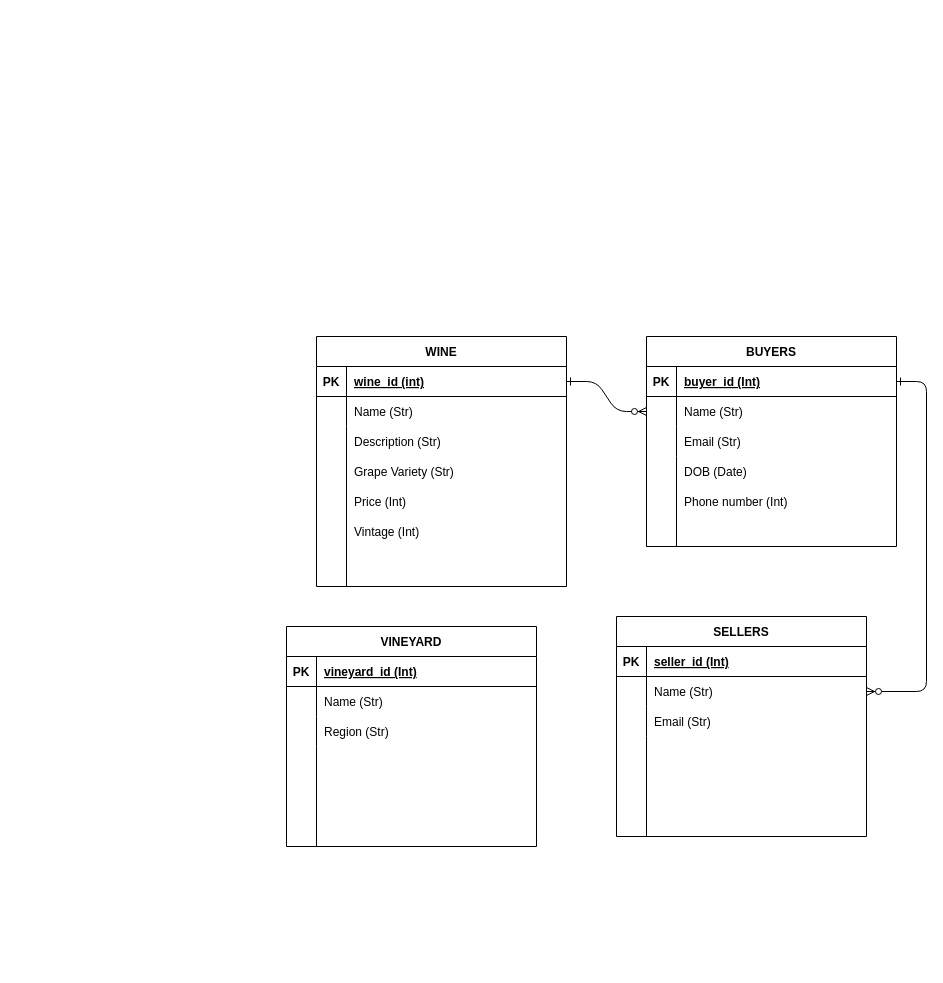
This is ERD.drawio from JordanAttfield/T2A2-API-Webserver-Project, a draw.io file, before an edit. Source tidied: cells renumbered, new cells numbered last; positions are measured from the earlier drawing's top-left corner, leaving out a move shared by most shapes. Both pictures are drawn from the tidied source at 100%, with x=0, y=0 at pixel (286, 336).
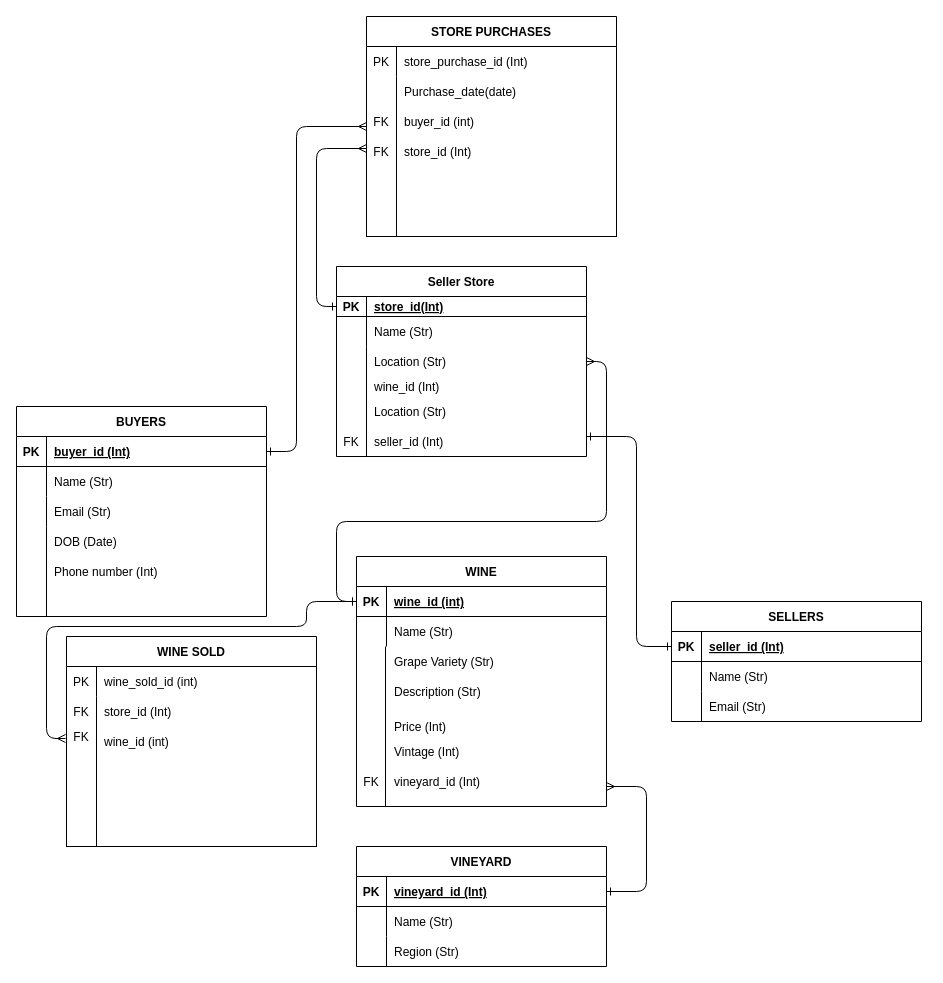
Above is the later version.

Unchanged cells that the change refers to:
```xml
<mxCell id="5" style="shape=partialRectangle;fillColor=none;points=[[0,0.5],[1,0.5]];portConstraint=eastwest;top=0;left=0;right=0;bottom=1;" parent="4" vertex="1">
  <mxGeometry y="30" width="250" height="30" as="geometry" />
</mxCell>
<mxCell id="8" style="shape=partialRectangle;fillColor=none;points=[[0,0.5],[1,0.5]];portConstraint=eastwest;top=0;left=0;right=0;bottom=0;" parent="4" vertex="1">
  <mxGeometry y="60" width="250" height="30" as="geometry" />
</mxCell>
<mxCell id="15" style="shape=partialRectangle;fillColor=none;points=[[0,0.5],[1,0.5]];portConstraint=eastwest;top=0;left=0;right=0;bottom=1;" parent="14" vertex="1">
  <mxGeometry y="30" width="250" height="30" as="geometry" />
</mxCell>
<mxCell id="18" style="shape=partialRectangle;fillColor=none;points=[[0,0.5],[1,0.5]];portConstraint=eastwest;top=0;left=0;right=0;bottom=0;" parent="14" vertex="1">
  <mxGeometry y="60" width="250" height="30" as="geometry" />
</mxCell>
<mxCell id="25" style="shape=partialRectangle;fillColor=none;points=[[0,0.5],[1,0.5]];portConstraint=eastwest;top=0;left=0;right=0;bottom=1;" parent="24" vertex="1">
  <mxGeometry y="30" width="250" height="30" as="geometry" />
</mxCell>
<mxCell id="42" style="shape=partialRectangle;fillColor=none;points=[[0,0.5],[1,0.5]];portConstraint=eastwest;top=0;left=0;right=0;bottom=1;" parent="41" vertex="1">
  <mxGeometry y="30" width="250" height="30" as="geometry" />
</mxCell>
```

Diff of the diagram source:
```diff
@@
-    <mxCell id="2" style="edgeStyle=entityRelationEdgeStyle;endArrow=ERzeroToMany;startArrow=ERone;endFill=1;startFill=0;" parent="1" edge="1" source="25" target="8">
-      <mxGeometry relative="1" as="geometry" />
-    </mxCell>
-    <mxCell id="3" style="edgeStyle=entityRelationEdgeStyle;endArrow=ERzeroToMany;startArrow=ERone;endFill=1;startFill=0;" parent="1" edge="1" source="5" target="18">
-      <mxGeometry relative="1" as="geometry" />
-    </mxCell>
     <mxCell id="4" value="BUYERS" style="shape=table;startSize=30;childLayout=tableLayout;rowLines=0;fontStyle=1;align=center;" parent="1" vertex="1">
-      <mxGeometry x="360" width="250" height="210" as="geometry" />
+      <mxGeometry x="-270" y="70" width="250" height="210" as="geometry" />
     </mxCell>
@@
     <mxCell id="14" value="SELLERS" style="shape=table;startSize=30;childLayout=tableLayout;rowLines=0;fontStyle=1;align=center;" parent="1" vertex="1">
-      <mxGeometry x="330" y="280" width="250" height="220" as="geometry" />
+      <mxGeometry x="385" y="265" width="250" height="120" as="geometry" />
     </mxCell>
@@
     <mxCell id="24" value="WINE" style="shape=table;startSize=30;childLayout=tableLayout;rowLines=0;fontStyle=1;align=center;" parent="1" vertex="1">
-      <mxGeometry x="30" width="250" height="250" as="geometry" />
+      <mxGeometry x="70" y="220" width="250" height="250" as="geometry" />
     </mxCell>
@@
     <mxCell id="31" style="endArrow=none;html=1;rounded=0;" parent="1" edge="1">
       <mxGeometry relative="1" as="geometry">
-        <mxPoint x="60" y="250" as="sourcePoint" />
-        <mxPoint x="60" y="90" as="targetPoint" />
+        <mxPoint x="99" y="470" as="sourcePoint" />
+        <mxPoint x="99" y="310" as="targetPoint" />
       </mxGeometry>
     </mxCell>
     <mxCell id="32" value="Description (Str)" style="shape=partialRectangle;overflow=hidden;fillColor=none;top=0;left=0;bottom=0;right=0;align=left;spacingLeft=6;" parent="1" vertex="1">
-      <mxGeometry x="60" y="90" width="220" height="30" as="geometry" />
+      <mxGeometry x="100" y="340" width="220" height="30" as="geometry" />
     </mxCell>
     <mxCell id="33" value="Grape Variety (Str)" style="shape=partialRectangle;overflow=hidden;fillColor=none;top=0;left=0;bottom=0;right=0;align=left;spacingLeft=6;" parent="1" vertex="1">
-      <mxGeometry x="60" y="120" width="220" height="30" as="geometry" />
+      <mxGeometry x="100" y="310" width="220" height="30" as="geometry" />
     </mxCell>
     <mxCell id="34" value="Price (Int)" style="shape=partialRectangle;overflow=hidden;fillColor=none;top=0;left=0;bottom=0;right=0;align=left;spacingLeft=6;" parent="1" vertex="1">
-      <mxGeometry x="60" y="150" width="220" height="30" as="geometry" />
+      <mxGeometry x="100" y="375" width="220" height="30" as="geometry" />
     </mxCell>
     <mxCell id="35" value="Vintage (Int)" style="shape=partialRectangle;overflow=hidden;fillColor=none;top=0;left=0;bottom=0;right=0;align=left;spacingLeft=6;" parent="1" vertex="1">
-      <mxGeometry x="60" y="180" width="220" height="30" as="geometry" />
+      <mxGeometry x="100" y="400" width="220" height="30" as="geometry" />
     </mxCell>
     <mxCell id="36" value="DOB (Date)" style="shape=partialRectangle;overflow=hidden;fillColor=none;top=0;left=0;bottom=0;right=0;align=left;spacingLeft=6;" parent="1" vertex="1">
-      <mxGeometry x="390" y="120" width="220" height="30" as="geometry" />
+      <mxGeometry x="-240" y="190" width="220" height="30" as="geometry" />
     </mxCell>
     <mxCell id="37" value="Phone number (Int)" style="shape=partialRectangle;overflow=hidden;fillColor=none;top=0;left=0;bottom=0;right=0;align=left;spacingLeft=6;" parent="1" vertex="1">
-      <mxGeometry x="390" y="150" width="220" height="30" as="geometry" />
+      <mxGeometry x="-240" y="220" width="220" height="30" as="geometry" />
     </mxCell>
     <mxCell id="38" style="shape=partialRectangle;overflow=hidden;fillColor=none;top=0;left=0;bottom=0;right=0;align=left;spacingLeft=6;" parent="1" vertex="1">
-      <mxGeometry x="390" y="180" width="220" height="30" as="geometry" />
+      <mxGeometry x="400" y="200" width="220" height="30" as="geometry" />
     </mxCell>
-    <mxCell id="39" style="endArrow=none;html=1;rounded=0;" parent="1" edge="1">
-      <mxGeometry relative="1" as="geometry">
-        <mxPoint x="390" y="210" as="sourcePoint" />
-        <mxPoint x="390" y="120" as="targetPoint" />
-      </mxGeometry>
-    </mxCell>
-    <mxCell id="40" style="endArrow=none;html=1;rounded=0;" parent="1" edge="1">
-      <mxGeometry relative="1" as="geometry">
-        <mxPoint x="360" y="500" as="sourcePoint" />
-        <mxPoint x="360" y="400" as="targetPoint" />
-      </mxGeometry>
-    </mxCell>
     <mxCell id="41" value="VINEYARD" style="shape=table;startSize=30;childLayout=tableLayout;rowLines=0;fontStyle=1;align=center;" parent="1" vertex="1">
-      <mxGeometry y="290" width="250" height="220" as="geometry" />
+      <mxGeometry x="70" y="510" width="250" height="120" as="geometry" />
     </mxCell>
@@
-    <mxCell id="51" style="endArrow=none;html=1;rounded=0;" parent="1" edge="1">
-      <mxGeometry relative="1" as="geometry">
-        <mxPoint x="30" y="510" as="sourcePoint" />
-        <mxPoint x="30" y="410" as="targetPoint" />
-      </mxGeometry>
-    </mxCell>
+    <mxCell id="52" value="Seller Store" style="shape=table;startSize=30;childLayout=tableLayout;rowLines=0;fontStyle=1;align=center;" parent="1" vertex="1">
+      <mxGeometry x="50" y="-70" width="250" height="190" as="geometry" />
+    </mxCell>
+    <mxCell id="53" style="shape=partialRectangle;fillColor=none;points=[[0,0.5],[1,0.5]];portConstraint=eastwest;top=0;left=0;right=0;bottom=1;" parent="52" vertex="1">
+      <mxGeometry y="30" width="250" height="20" as="geometry" />
+    </mxCell>
+    <mxCell id="54" value="PK" style="shape=partialRectangle;overflow=hidden;fillColor=none;top=0;left=0;bottom=0;right=0;fontStyle=1;" parent="53" vertex="1">
+      <mxGeometry width="30" height="20" as="geometry" />
+    </mxCell>
+    <mxCell id="55" value="store_id(Int)" style="shape=partialRectangle;overflow=hidden;fillColor=none;top=0;left=0;bottom=0;right=0;align=left;spacingLeft=6;fontStyle=5;" parent="53" vertex="1">
+      <mxGeometry x="30" width="220" height="20" as="geometry" />
+    </mxCell>
+    <mxCell id="56" style="shape=partialRectangle;fillColor=none;top=0;left=0;right=0;bottom=0;" parent="52" vertex="1">
+      <mxGeometry y="50" width="250" height="30" as="geometry" />
+    </mxCell>
+    <mxCell id="57" style="shape=partialRectangle;overflow=hidden;fillColor=none;top=0;left=0;bottom=0;right=0;" parent="56" vertex="1">
+      <mxGeometry width="30" height="30" as="geometry" />
+    </mxCell>
+    <mxCell id="58" value="Name (Str)" style="shape=partialRectangle;overflow=hidden;fillColor=none;top=0;left=0;bottom=0;right=0;align=left;spacingLeft=6;" parent="56" vertex="1">
+      <mxGeometry x="30" width="220" height="30" as="geometry" />
+    </mxCell>
+    <mxCell id="59" value="WINE SOLD" style="shape=table;startSize=30;childLayout=tableLayout;rowLines=0;fontStyle=1;align=center;" parent="1" vertex="1">
+      <mxGeometry x="-220" y="300" width="250" height="210" as="geometry" />
+    </mxCell>
+    <mxCell id="60" style="shape=partialRectangle;fillColor=none;top=0;left=0;right=0;bottom=0;" parent="59" vertex="1">
+      <mxGeometry y="30" width="250" height="30" as="geometry" />
+    </mxCell>
+    <mxCell id="61" style="shape=partialRectangle;overflow=hidden;fillColor=none;top=0;left=0;bottom=0;right=0;" parent="60" vertex="1">
+      <mxGeometry width="30" height="30" as="geometry" />
+    </mxCell>
+    <mxCell id="62" value="wine_sold_id (int)" style="shape=partialRectangle;overflow=hidden;fillColor=none;top=0;left=0;bottom=0;right=0;align=left;spacingLeft=6;" parent="60" vertex="1">
+      <mxGeometry x="30" width="220" height="30" as="geometry" />
+    </mxCell>
+    <mxCell id="63" style="shape=partialRectangle;fillColor=none;points=[[0,0.5],[1,0.5]];portConstraint=eastwest;top=0;left=0;right=0;bottom=1;" parent="59" vertex="1">
+      <mxGeometry y="60" width="250" height="150" as="geometry" />
+    </mxCell>
+    <mxCell id="64" style="shape=partialRectangle;overflow=hidden;fillColor=none;top=0;left=0;bottom=0;right=0;fontStyle=1;" parent="63" vertex="1">
+      <mxGeometry width="30" height="150" as="geometry" />
+    </mxCell>
+    <mxCell id="65" style="shape=partialRectangle;overflow=hidden;fillColor=none;top=0;left=0;bottom=0;right=0;align=left;spacingLeft=6;fontStyle=5;" parent="63" vertex="1">
+      <mxGeometry x="30" width="220" height="150" as="geometry" />
+    </mxCell>
+    <mxCell id="66" value="STORE PURCHASES" style="shape=table;startSize=30;childLayout=tableLayout;rowLines=0;fontStyle=1;align=center;" parent="1" vertex="1">
+      <mxGeometry x="80" y="-320" width="250" height="220" as="geometry" />
+    </mxCell>
+    <mxCell id="67" style="shape=partialRectangle;fillColor=none;top=0;left=0;right=0;bottom=0;" parent="66" vertex="1">
+      <mxGeometry y="30" width="250" height="30" as="geometry" />
+    </mxCell>
+    <mxCell id="68" style="shape=partialRectangle;overflow=hidden;fillColor=none;top=0;left=0;bottom=0;right=0;" parent="67" vertex="1">
+      <mxGeometry width="30" height="30" as="geometry" />
+    </mxCell>
+    <mxCell id="69" value="store_purchase_id (Int)" style="shape=partialRectangle;overflow=hidden;fillColor=none;top=0;left=0;bottom=0;right=0;align=left;spacingLeft=6;" parent="67" vertex="1">
+      <mxGeometry x="30" width="220" height="30" as="geometry" />
+    </mxCell>
+    <mxCell id="70" style="shape=partialRectangle;fillColor=none;points=[[0,0.5],[1,0.5]];portConstraint=eastwest;top=0;left=0;right=0;bottom=1;" parent="66" vertex="1">
+      <mxGeometry y="60" width="250" height="160" as="geometry" />
+    </mxCell>
+    <mxCell id="71" style="shape=partialRectangle;overflow=hidden;fillColor=none;top=0;left=0;bottom=0;right=0;fontStyle=1;" parent="70" vertex="1">
+      <mxGeometry width="30" height="160" as="geometry" />
+    </mxCell>
+    <mxCell id="72" style="shape=partialRectangle;overflow=hidden;fillColor=none;top=0;left=0;bottom=0;right=0;align=left;spacingLeft=6;fontStyle=5;" parent="70" vertex="1">
+      <mxGeometry x="30" width="220" height="160" as="geometry" />
+    </mxCell>
+    <mxCell id="73" style="shape=partialRectangle;overflow=hidden;fillColor=none;top=0;left=0;bottom=0;right=0;align=left;spacingLeft=6;" parent="1" vertex="1">
+      <mxGeometry x="400" y="-240" width="220" height="90" as="geometry" />
+    </mxCell>
+    <mxCell id="74" value="Purchase_date(date)" style="shape=partialRectangle;overflow=hidden;fillColor=none;top=0;left=0;bottom=0;right=0;align=left;spacingLeft=6;" parent="1" vertex="1">
+      <mxGeometry x="110" y="-260" width="220" height="30" as="geometry" />
+    </mxCell>
+    <mxCell id="75" value="buyer_id (int)" style="shape=partialRectangle;overflow=hidden;fillColor=none;top=0;left=0;bottom=0;right=0;align=left;spacingLeft=6;" parent="1" vertex="1">
+      <mxGeometry x="110" y="-230" width="220" height="30" as="geometry" />
+    </mxCell>
+    <mxCell id="76" value="store_id (Int)" style="shape=partialRectangle;overflow=hidden;fillColor=none;top=0;left=0;bottom=0;right=0;align=left;spacingLeft=6;" parent="1" vertex="1">
+      <mxGeometry x="110" y="-200" width="220" height="30" as="geometry" />
+    </mxCell>
+    <mxCell id="77" value="store_id (Int)" style="shape=partialRectangle;overflow=hidden;fillColor=none;top=0;left=0;bottom=0;right=0;align=left;spacingLeft=6;" parent="1" vertex="1">
+      <mxGeometry x="-190" y="360" width="220" height="30" as="geometry" />
+    </mxCell>
+    <mxCell id="78" value="wine_id (int)" style="shape=partialRectangle;overflow=hidden;fillColor=none;top=0;left=0;bottom=0;right=0;align=left;spacingLeft=6;" parent="1" vertex="1">
+      <mxGeometry x="-190" y="390" width="220" height="30" as="geometry" />
+    </mxCell>
+    <mxCell id="79" value="vineyard_id (Int)" style="shape=partialRectangle;overflow=hidden;fillColor=none;top=0;left=0;bottom=0;right=0;align=left;spacingLeft=6;" parent="1" vertex="1">
+      <mxGeometry x="100" y="430" width="220" height="30" as="geometry" />
+    </mxCell>
+    <mxCell id="80" value="FK" style="shape=partialRectangle;overflow=hidden;fillColor=none;top=0;left=0;bottom=0;right=0;fontStyle=0;" parent="1" vertex="1">
+      <mxGeometry x="70" y="430" width="30" height="30" as="geometry" />
+    </mxCell>
+    <mxCell id="81" value="Location (Str)" style="shape=partialRectangle;overflow=hidden;fillColor=none;top=0;left=0;bottom=0;right=0;align=left;spacingLeft=6;" parent="1" vertex="1">
+      <mxGeometry x="80" y="10" width="220" height="30" as="geometry" />
+    </mxCell>
+    <mxCell id="82" value="FK" style="shape=partialRectangle;overflow=hidden;fillColor=none;top=0;left=0;bottom=0;right=0;fontStyle=0;" parent="1" vertex="1">
+      <mxGeometry x="80" y="-200" width="30" height="30" as="geometry" />
+    </mxCell>
+    <mxCell id="83" value="FK" style="shape=partialRectangle;overflow=hidden;fillColor=none;top=0;left=0;bottom=0;right=0;fontStyle=0;" parent="1" vertex="1">
+      <mxGeometry x="80" y="-230" width="30" height="30" as="geometry" />
+    </mxCell>
+    <mxCell id="84" style="edgeStyle=orthogonalEdgeStyle;rounded=1;jettySize=auto;html=1;entryX=0;entryY=0.45;entryDx=0;entryDy=0;entryPerimeter=0;endArrow=ERmany;endFill=0;startArrow=ERone;startFill=0;" parent="1" edge="1" source="53" target="70">
+      <mxGeometry relative="1" as="geometry">
+        <Array as="points">
+          <mxPoint x="30" y="-30" />
+          <mxPoint x="30" y="-188" />
+        </Array>
+      </mxGeometry>
+    </mxCell>
+    <mxCell id="85" style="edgeStyle=orthogonalEdgeStyle;rounded=1;jettySize=auto;html=1;startArrow=ERone;startFill=0;endArrow=ERmany;endFill=0;" parent="1" edge="1" source="5">
+      <mxGeometry relative="1" as="geometry">
+        <mxPoint x="80" y="-210" as="targetPoint" />
+        <Array as="points">
+          <mxPoint x="10" y="115" />
+          <mxPoint x="10" y="-210" />
+        </Array>
+      </mxGeometry>
+    </mxCell>
+    <mxCell id="86" style="edgeStyle=orthogonalEdgeStyle;rounded=1;jettySize=auto;html=1;exitX=0;exitY=0.5;exitDx=0;exitDy=0;entryX=1;entryY=0.5;entryDx=0;entryDy=0;startArrow=ERone;startFill=0;endArrow=ERmany;endFill=0;" parent="1" edge="1" source="25" target="52">
+      <mxGeometry relative="1" as="geometry" />
+    </mxCell>
+    <mxCell id="87" value="wine_id (Int)" style="shape=partialRectangle;overflow=hidden;fillColor=none;top=0;left=0;bottom=0;right=0;align=left;spacingLeft=6;" parent="1" vertex="1">
+      <mxGeometry x="80" y="35" width="220" height="30" as="geometry" />
+    </mxCell>
+    <mxCell id="88" value="Location (Str)" style="shape=partialRectangle;overflow=hidden;fillColor=none;top=0;left=0;bottom=0;right=0;align=left;spacingLeft=6;" parent="1" vertex="1">
+      <mxGeometry x="80" y="60" width="220" height="30" as="geometry" />
+    </mxCell>
+    <mxCell id="89" value="PK" style="shape=partialRectangle;overflow=hidden;fillColor=none;top=0;left=0;bottom=0;right=0;fontStyle=0;" parent="1" vertex="1">
+      <mxGeometry x="80" y="-290" width="30" height="30" as="geometry" />
+    </mxCell>
+    <mxCell id="90" value="PK" style="shape=partialRectangle;overflow=hidden;fillColor=none;top=0;left=0;bottom=0;right=0;fontStyle=0;" parent="1" vertex="1">
+      <mxGeometry x="-220" y="330" width="30" height="30" as="geometry" />
+    </mxCell>
+    <mxCell id="91" style="edgeStyle=orthogonalEdgeStyle;rounded=1;jettySize=auto;html=1;exitX=0;exitY=0.5;exitDx=0;exitDy=0;startArrow=ERone;startFill=0;endArrow=ERmany;endFill=0;entryX=-0.004;entryY=0.28;entryDx=0;entryDy=0;entryPerimeter=0;" parent="1" edge="1" source="25" target="63">
+      <mxGeometry relative="1" as="geometry">
+        <Array as="points">
+          <mxPoint x="20" y="265" />
+          <mxPoint x="20" y="290" />
+          <mxPoint x="-240" y="290" />
+          <mxPoint x="-240" y="402" />
+        </Array>
+      </mxGeometry>
+    </mxCell>
+    <mxCell id="92" style="edgeStyle=orthogonalEdgeStyle;rounded=1;jettySize=auto;html=1;startArrow=ERone;startFill=0;endArrow=ERmany;endFill=0;" parent="1" edge="1" source="42">
+      <mxGeometry relative="1" as="geometry">
+        <mxPoint x="320" y="450" as="targetPoint" />
+        <Array as="points">
+          <mxPoint x="360" y="555" />
+          <mxPoint x="360" y="450" />
+        </Array>
+      </mxGeometry>
+    </mxCell>
+    <mxCell id="93" value="seller_id (Int)" style="shape=partialRectangle;overflow=hidden;fillColor=none;top=0;left=0;bottom=0;right=0;align=left;spacingLeft=6;" parent="1" vertex="1">
+      <mxGeometry x="80" y="90" width="220" height="30" as="geometry" />
+    </mxCell>
+    <mxCell id="94" style="edgeStyle=orthogonalEdgeStyle;rounded=1;jettySize=auto;html=1;exitX=0;exitY=0.5;exitDx=0;exitDy=0;startArrow=ERone;startFill=0;endArrow=ERone;endFill=0;" parent="1" edge="1" source="15">
+      <mxGeometry relative="1" as="geometry">
+        <mxPoint x="300" y="100" as="targetPoint" />
+        <Array as="points">
+          <mxPoint x="350" y="310" />
+          <mxPoint x="350" y="100" />
+        </Array>
+      </mxGeometry>
+    </mxCell>
+    <mxCell id="95" value="FK" style="shape=partialRectangle;overflow=hidden;fillColor=none;top=0;left=0;bottom=0;right=0;fontStyle=0;" parent="1" vertex="1">
+      <mxGeometry x="50" y="90" width="30" height="30" as="geometry" />
+    </mxCell>
+    <mxCell id="96" value="FK" style="shape=partialRectangle;overflow=hidden;fillColor=none;top=0;left=0;bottom=0;right=0;fontStyle=0;" parent="1" vertex="1">
+      <mxGeometry x="-220" y="360" width="30" height="30" as="geometry" />
+    </mxCell>
+    <mxCell id="97" value="FK" style="shape=partialRectangle;overflow=hidden;fillColor=none;top=0;left=0;bottom=0;right=0;fontStyle=0;" parent="1" vertex="1">
+      <mxGeometry x="-220" y="385" width="30" height="30" as="geometry" />
+    </mxCell>
+    <mxCell id="98" style="endArrow=none;html=1;rounded=1;" parent="1" edge="1">
+      <mxGeometry relative="1" as="geometry">
+        <mxPoint x="-240" y="280" as="sourcePoint" />
+        <mxPoint x="-240" y="190" as="targetPoint" />
+      </mxGeometry>
+    </mxCell>
+    <mxCell id="99" style="endArrow=none;html=1;rounded=1;" parent="1" edge="1">
+      <mxGeometry relative="1" as="geometry">
+        <mxPoint x="80" y="120" as="sourcePoint" />
+        <mxPoint x="80" y="10" as="targetPoint" />
+      </mxGeometry>
+    </mxCell>
```
